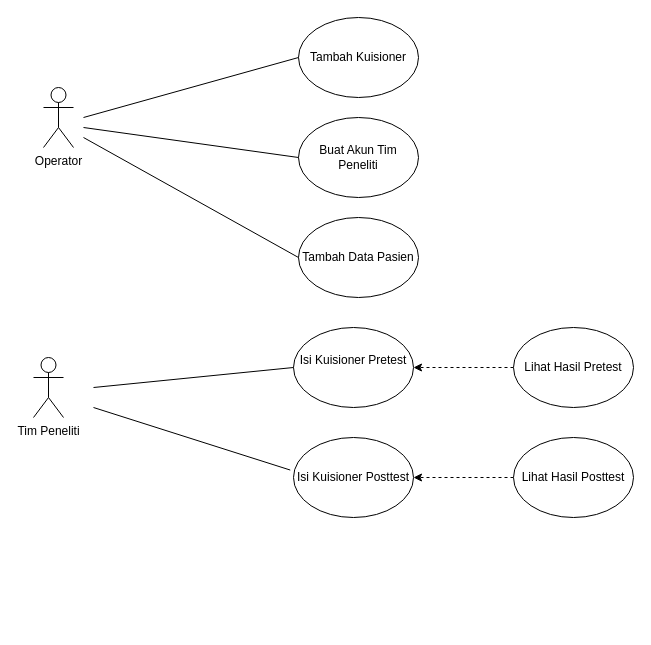
Earlier version of the draw.io diagram use_case_tugas_akhir.drawio (zzarr/Tugas-Akhir). Source tidied: cells renumbered, new cells numbered last; positions are measured from the earlier drawing's top-left corner, leaving out a move shared by most shapes. Both pictures are drawn from the tidied source at 100%, with x=0, y=0 at pixel (33, 17).
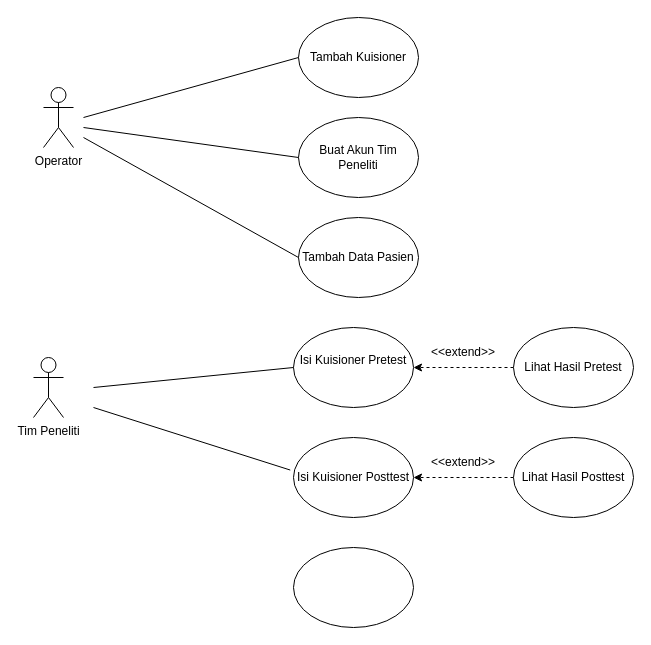
The same page after the edit.

Diff of the diagram source:
```diff
@@
+    <mxCell id="18" value="&amp;lt;&amp;lt;extend&amp;gt;&amp;gt;" style="text;html=1;align=center;verticalAlign=middle;whiteSpace=wrap;rounded=0;" parent="1" vertex="1">
+      <mxGeometry x="400" y="320" width="60" height="30" as="geometry" />
+    </mxCell>
+    <mxCell id="19" value="&amp;lt;&amp;lt;extend&amp;gt;&amp;gt;" style="text;html=1;align=center;verticalAlign=middle;whiteSpace=wrap;rounded=0;" parent="1" vertex="1">
+      <mxGeometry x="400" y="430" width="60" height="30" as="geometry" />
+    </mxCell>
+    <mxCell id="20" style="ellipse;whiteSpace=wrap;html=1;" parent="1" vertex="1">
+      <mxGeometry x="260" y="530" width="120" height="80" as="geometry" />
+    </mxCell>
```
